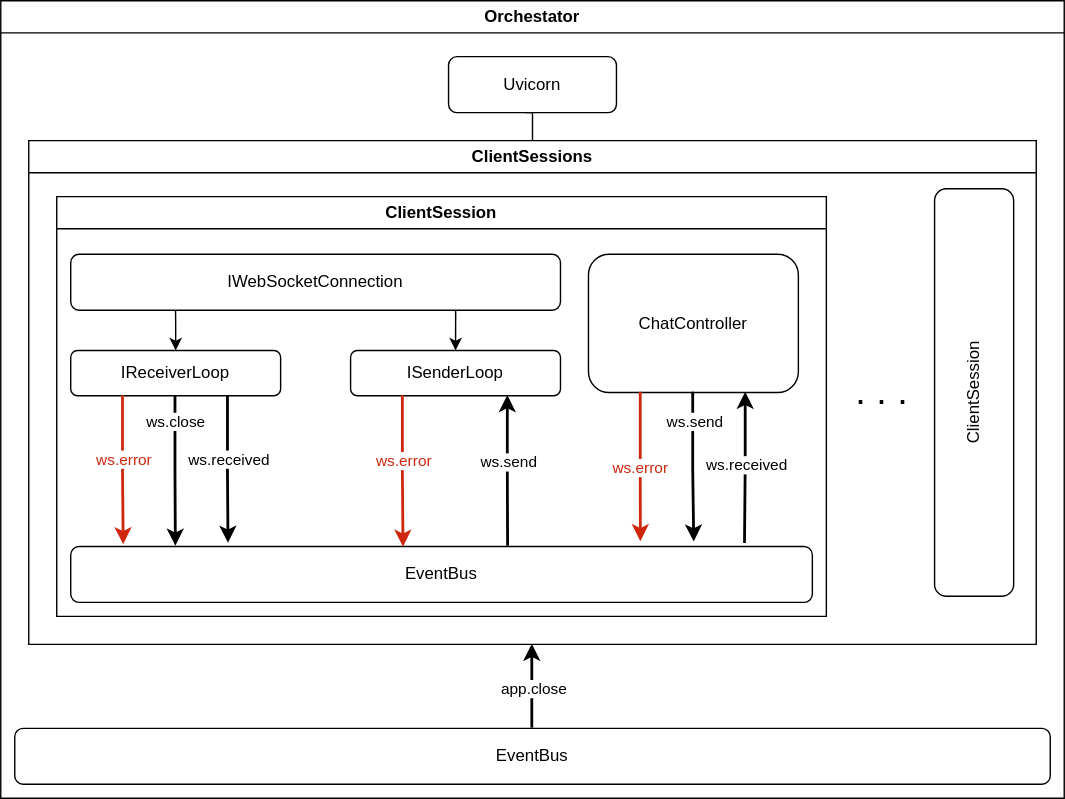
Earlier version of the draw.io export nyx/services/orchestator/docs/diagrams/Orchestator_Structure.svg (P4blo003/nyx). Source tidied: cells renumbered, new cells last; positions are measured from the earlier drawing's top-left corner, leaving out a move shared by most shapes. Source of this version:
```xml
<mxGraphModel>
  <root>
    <mxCell id="0" />
    <mxCell id="1" parent="0" />
    <mxCell id="2" value="Orchestator" style="swimlane;whiteSpace=wrap;html=1;" parent="1" vertex="1">
      <mxGeometry width="760" height="570" as="geometry" />
    </mxCell>
    <mxCell id="3" value="Uvicorn" style="rounded=1;whiteSpace=wrap;html=1;" parent="2" vertex="1">
      <mxGeometry x="320" y="40" width="120" height="40" as="geometry" />
    </mxCell>
    <mxCell id="4" value="ClientSessions" style="swimlane;whiteSpace=wrap;html=1;" parent="2" vertex="1">
      <mxGeometry x="20" y="100" width="720" height="360" as="geometry" />
    </mxCell>
    <mxCell id="5" value="ClientSession" style="swimlane;whiteSpace=wrap;html=1;startSize=23;" parent="4" vertex="1">
      <mxGeometry x="20" y="40" width="550" height="300" as="geometry" />
    </mxCell>
    <mxCell id="6" value="IWebSocketConnection" style="rounded=1;whiteSpace=wrap;html=1;" parent="5" vertex="1">
      <mxGeometry x="10" y="41.2" width="350" height="40" as="geometry" />
    </mxCell>
    <mxCell id="7" value="IReceiverLoop" style="rounded=1;whiteSpace=wrap;html=1;" parent="5" vertex="1">
      <mxGeometry x="10" y="110" width="150" height="32.3" as="geometry" />
    </mxCell>
    <mxCell id="8" style="edgeStyle=orthogonalEdgeStyle;rounded=0;jettySize=auto;html=1;endArrow=none;endFill=0;startArrow=classic;startFill=1;entryX=0.214;entryY=0.995;entryDx=0;entryDy=0;entryPerimeter=0;" parent="5" edge="1" source="7" target="6">
      <mxGeometry relative="1" as="geometry" />
    </mxCell>
    <mxCell id="9" value="EventBus" style="rounded=1;whiteSpace=wrap;html=1;" parent="5" vertex="1">
      <mxGeometry x="10" y="250" width="530" height="40" as="geometry" />
    </mxCell>
    <mxCell id="10" style="edgeStyle=orthogonalEdgeStyle;rounded=0;jettySize=auto;html=1;exitX=0.25;exitY=1;exitDx=0;exitDy=0;strokeWidth=2;fillColor=#a20025;strokeColor=#CE270D;" parent="5" edge="1" source="7">
      <mxGeometry relative="1" as="geometry">
        <mxPoint x="48" y="249" as="targetPoint" />
      </mxGeometry>
    </mxCell>
    <mxCell id="11" value="ws.error" style="edgeLabel;html=1;align=center;verticalAlign=middle;fontColor=#CE270D;" parent="10" vertex="1">
      <mxGeometry x="-0.16" relative="1" as="geometry" />
    </mxCell>
    <mxCell id="12" style="edgeStyle=orthogonalEdgeStyle;rounded=0;jettySize=auto;html=1;entryX=0.213;entryY=-0.051;entryDx=0;entryDy=0;exitX=0.75;exitY=1;exitDx=0;exitDy=0;strokeWidth=2;entryPerimeter=0;" parent="5" edge="1" source="7" target="9">
      <mxGeometry relative="1" as="geometry" />
    </mxCell>
    <mxCell id="13" value="ws.received" style="edgeLabel;html=1;align=center;verticalAlign=middle;" parent="12" vertex="1">
      <mxGeometry x="-0.15" relative="1" as="geometry" />
    </mxCell>
    <mxCell id="14" value="ISenderLoop" style="rounded=1;whiteSpace=wrap;html=1;" parent="5" vertex="1">
      <mxGeometry x="210" y="110" width="150" height="32.3" as="geometry" />
    </mxCell>
    <mxCell id="15" style="edgeStyle=orthogonalEdgeStyle;rounded=0;jettySize=auto;html=1;endArrow=none;endFill=0;startArrow=classic;startFill=1;exitX=0.5;exitY=0;exitDx=0;exitDy=0;entryX=0.786;entryY=1.01;entryDx=0;entryDy=0;entryPerimeter=0;" parent="5" edge="1" source="14" target="6">
      <mxGeometry relative="1" as="geometry" />
    </mxCell>
    <mxCell id="16" style="edgeStyle=orthogonalEdgeStyle;rounded=0;jettySize=auto;html=1;entryX=0.142;entryY=0;entryDx=0;entryDy=0;entryPerimeter=0;strokeWidth=2;" parent="5" edge="1" source="7" target="9">
      <mxGeometry relative="1" as="geometry" />
    </mxCell>
    <mxCell id="17" value="ws.close" style="edgeLabel;html=1;align=center;verticalAlign=middle;" parent="16" vertex="1">
      <mxGeometry x="-0.66" y="-1" relative="1" as="geometry" />
    </mxCell>
    <mxCell id="18" style="edgeStyle=orthogonalEdgeStyle;rounded=0;jettySize=auto;html=1;exitX=0.75;exitY=1;exitDx=0;exitDy=0;entryX=0.59;entryY=0;entryDx=0;entryDy=0;entryPerimeter=0;strokeWidth=2;startArrow=classic;startFill=1;endArrow=none;endFill=0;" parent="5" edge="1" source="14" target="9">
      <mxGeometry relative="1" as="geometry" />
    </mxCell>
    <mxCell id="19" value="ws.send" style="edgeLabel;html=1;align=center;verticalAlign=middle;" parent="18" vertex="1">
      <mxGeometry x="-0.13" relative="1" as="geometry" />
    </mxCell>
    <mxCell id="20" style="edgeStyle=orthogonalEdgeStyle;rounded=0;jettySize=auto;html=1;exitX=0.25;exitY=1;exitDx=0;exitDy=0;strokeWidth=2;fillColor=#a20025;strokeColor=#CE270D;entryX=0.449;entryY=0.017;entryDx=0;entryDy=0;entryPerimeter=0;" parent="5" edge="1" source="14" target="9">
      <mxGeometry relative="1" as="geometry" />
    </mxCell>
    <mxCell id="21" value="ws.error" style="edgeLabel;html=1;align=center;verticalAlign=middle;fontColor=#CE270D;" parent="20" vertex="1">
      <mxGeometry x="-0.16" relative="1" as="geometry" />
    </mxCell>
    <mxCell id="22" value="ChatController" style="rounded=1;whiteSpace=wrap;html=1;" parent="5" vertex="1">
      <mxGeometry x="380" y="41.2" width="150" height="98.8" as="geometry" />
    </mxCell>
    <mxCell id="23" style="edgeStyle=orthogonalEdgeStyle;rounded=0;jettySize=auto;html=1;entryX=0.769;entryY=-0.079;entryDx=0;entryDy=0;entryPerimeter=0;exitX=0.25;exitY=1;exitDx=0;exitDy=0;strokeWidth=2;fillColor=#a20025;strokeColor=#CE270D;" parent="5" edge="1" source="22" target="9">
      <mxGeometry relative="1" as="geometry" />
    </mxCell>
    <mxCell id="24" value="&lt;font style=&quot;color: rgb(206, 39, 13);&quot;&gt;ws.error&lt;/font&gt;" style="edgeLabel;html=1;align=center;verticalAlign=middle;" parent="23" vertex="1">
      <mxGeometry x="-0.03" y="-1" relative="1" as="geometry">
        <mxPoint y="1" as="offset" />
      </mxGeometry>
    </mxCell>
    <mxCell id="25" style="edgeStyle=orthogonalEdgeStyle;rounded=0;jettySize=auto;html=1;exitX=0.75;exitY=1;exitDx=0;exitDy=0;startArrow=classic;startFill=1;endArrow=none;endFill=0;strokeWidth=2;" parent="5" edge="1" source="22">
      <mxGeometry relative="1" as="geometry">
        <mxPoint x="492" y="248" as="targetPoint" />
      </mxGeometry>
    </mxCell>
    <mxCell id="26" value="ws.received" style="edgeLabel;html=1;align=center;verticalAlign=middle;" parent="25" vertex="1">
      <mxGeometry x="-0.07" relative="1" as="geometry" />
    </mxCell>
    <mxCell id="27" style="edgeStyle=orthogonalEdgeStyle;rounded=0;jettySize=auto;html=1;entryX=0.841;entryY=-0.074;entryDx=0;entryDy=0;entryPerimeter=0;strokeWidth=2;" parent="5" edge="1" source="22" target="9">
      <mxGeometry relative="1" as="geometry" />
    </mxCell>
    <mxCell id="28" value="ws.send" style="edgeLabel;html=1;align=center;verticalAlign=middle;" parent="27" vertex="1">
      <mxGeometry x="-0.63" relative="1" as="geometry" />
    </mxCell>
    <mxCell id="29" value="ClientSession" style="rounded=1;whiteSpace=wrap;html=1;rotation=-90;" parent="4" vertex="1">
      <mxGeometry x="530" y="151.7" width="291.2" height="56.5" as="geometry" />
    </mxCell>
    <mxCell id="30" value=". . ." style="text;html=1;whiteSpace=wrap;strokeColor=none;fillColor=none;align=center;verticalAlign=middle;rounded=0;strokeWidth=1;fontSize=27;" parent="4" vertex="1">
      <mxGeometry x="580" y="167.5" width="60" height="25" as="geometry" />
    </mxCell>
    <mxCell id="31" style="edgeStyle=orthogonalEdgeStyle;rounded=0;jettySize=auto;html=1;entryX=0.457;entryY=1.022;entryDx=0;entryDy=0;entryPerimeter=0;endArrow=none;endFill=0;" parent="2" edge="1" source="4" target="3">
      <mxGeometry relative="1" as="geometry" />
    </mxCell>
    <mxCell id="32" style="edgeStyle=orthogonalEdgeStyle;rounded=0;jettySize=auto;html=1;entryX=0.5;entryY=1;entryDx=0;entryDy=0;strokeWidth=2;" parent="1" edge="1" source="34" target="4">
      <mxGeometry relative="1" as="geometry" />
    </mxCell>
    <mxCell id="33" value="app.close" style="edgeLabel;html=1;align=center;verticalAlign=middle;" parent="32" vertex="1">
      <mxGeometry x="-0.02" relative="1" as="geometry" />
    </mxCell>
    <mxCell id="34" value="EventBus" style="rounded=1;whiteSpace=wrap;html=1;" parent="1" vertex="1">
      <mxGeometry x="10" y="520" width="740" height="40" as="geometry" />
    </mxCell>
  </root>
</mxGraphModel>
```
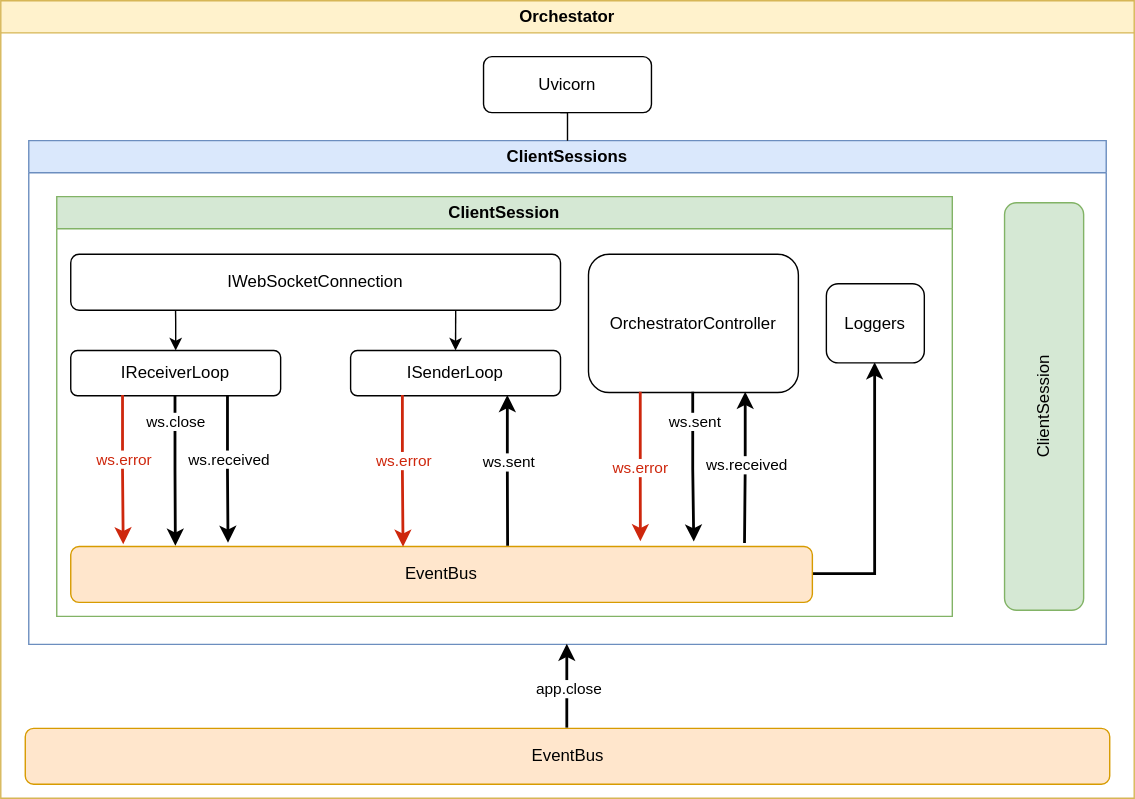
Above is the later version.

Commit message:
docs (nyx): Update general and orchestrator architecture diagrams.

Diff of the diagram source:
```diff
@@ -2,17 +2,17 @@
   <root>
     <mxCell id="0" />
     <mxCell id="1" parent="0" />
-    <mxCell id="2" value="Orchestator" style="swimlane;whiteSpace=wrap;html=1;" parent="1" vertex="1">
-      <mxGeometry width="760" height="570" as="geometry" />
+    <mxCell id="2" value="Orchestator" style="swimlane;whiteSpace=wrap;html=1;fillColor=#fff2cc;strokeColor=#d6b656;" parent="1" vertex="1">
+      <mxGeometry width="810" height="570" as="geometry" />
     </mxCell>
     <mxCell id="3" value="Uvicorn" style="rounded=1;whiteSpace=wrap;html=1;" parent="2" vertex="1">
-      <mxGeometry x="320" y="40" width="120" height="40" as="geometry" />
+      <mxGeometry x="345" y="40" width="120" height="40" as="geometry" />
     </mxCell>
-    <mxCell id="4" value="ClientSessions" style="swimlane;whiteSpace=wrap;html=1;" parent="2" vertex="1">
-      <mxGeometry x="20" y="100" width="720" height="360" as="geometry" />
+    <mxCell id="4" value="ClientSessions" style="swimlane;whiteSpace=wrap;html=1;fillColor=#dae8fc;strokeColor=#6c8ebf;" parent="2" vertex="1">
+      <mxGeometry x="20" y="100" width="770" height="360" as="geometry" />
     </mxCell>
-    <mxCell id="5" value="ClientSession" style="swimlane;whiteSpace=wrap;html=1;startSize=23;" parent="4" vertex="1">
-      <mxGeometry x="20" y="40" width="550" height="300" as="geometry" />
+    <mxCell id="5" value="ClientSession" style="swimlane;whiteSpace=wrap;html=1;startSize=23;fillColor=#d5e8d4;strokeColor=#82b366;" parent="4" vertex="1">
+      <mxGeometry x="20" y="40" width="640" height="300" as="geometry" />
     </mxCell>
     <mxCell id="6" value="IWebSocketConnection" style="rounded=1;whiteSpace=wrap;html=1;" parent="5" vertex="1">
       <mxGeometry x="10" y="41.2" width="350" height="40" as="geometry" />
@@ -23,7 +23,10 @@
     <mxCell id="8" style="edgeStyle=orthogonalEdgeStyle;rounded=0;jettySize=auto;html=1;endArrow=none;endFill=0;startArrow=classic;startFill=1;entryX=0.214;entryY=0.995;entryDx=0;entryDy=0;entryPerimeter=0;" parent="5" edge="1" source="7" target="6">
       <mxGeometry relative="1" as="geometry" />
     </mxCell>
+    <mxCell id="35" style="edgeStyle=orthogonalEdgeStyle;rounded=0;jettySize=auto;html=1;entryX=0.5;entryY=1;entryDx=0;entryDy=0;strokeWidth=2;" parent="5" edge="1" source="9" target="36">
+      <mxGeometry relative="1" as="geometry" />
+    </mxCell>
-    <mxCell id="9" value="EventBus" style="rounded=1;whiteSpace=wrap;html=1;" parent="5" vertex="1">
+    <mxCell id="9" value="EventBus" style="rounded=1;whiteSpace=wrap;html=1;fillColor=#ffe6cc;strokeColor=#d79b00;" parent="5" vertex="1">
       <mxGeometry x="10" y="250" width="530" height="40" as="geometry" />
     </mxCell>
     <mxCell id="10" style="edgeStyle=orthogonalEdgeStyle;rounded=0;jettySize=auto;html=1;exitX=0.25;exitY=1;exitDx=0;exitDy=0;strokeWidth=2;fillColor=#a20025;strokeColor=#CE270D;" parent="5" edge="1" source="7">
@@ -55,7 +58,7 @@
     <mxCell id="18" style="edgeStyle=orthogonalEdgeStyle;rounded=0;jettySize=auto;html=1;exitX=0.75;exitY=1;exitDx=0;exitDy=0;entryX=0.59;entryY=0;entryDx=0;entryDy=0;entryPerimeter=0;strokeWidth=2;startArrow=classic;startFill=1;endArrow=none;endFill=0;" parent="5" edge="1" source="14" target="9">
       <mxGeometry relative="1" as="geometry" />
     </mxCell>
-    <mxCell id="19" value="ws.send" style="edgeLabel;html=1;align=center;verticalAlign=middle;" parent="18" vertex="1">
+    <mxCell id="19" value="ws.sent" style="edgeLabel;html=1;align=center;verticalAlign=middle;" parent="18" vertex="1">
       <mxGeometry x="-0.13" relative="1" as="geometry" />
     </mxCell>
     <mxCell id="20" style="edgeStyle=orthogonalEdgeStyle;rounded=0;jettySize=auto;html=1;exitX=0.25;exitY=1;exitDx=0;exitDy=0;strokeWidth=2;fillColor=#a20025;strokeColor=#CE270D;entryX=0.449;entryY=0.017;entryDx=0;entryDy=0;entryPerimeter=0;" parent="5" edge="1" source="14" target="9">
@@ -64,7 +67,7 @@
     <mxCell id="21" value="ws.error" style="edgeLabel;html=1;align=center;verticalAlign=middle;fontColor=#CE270D;" parent="20" vertex="1">
       <mxGeometry x="-0.16" relative="1" as="geometry" />
     </mxCell>
-    <mxCell id="22" value="ChatController" style="rounded=1;whiteSpace=wrap;html=1;" parent="5" vertex="1">
+    <mxCell id="22" value="OrchestratorController" style="rounded=1;whiteSpace=wrap;html=1;" parent="5" vertex="1">
       <mxGeometry x="380" y="41.2" width="150" height="98.8" as="geometry" />
     </mxCell>
     <mxCell id="23" style="edgeStyle=orthogonalEdgeStyle;rounded=0;jettySize=auto;html=1;entryX=0.769;entryY=-0.079;entryDx=0;entryDy=0;entryPerimeter=0;exitX=0.25;exitY=1;exitDx=0;exitDy=0;strokeWidth=2;fillColor=#a20025;strokeColor=#CE270D;" parent="5" edge="1" source="22" target="9">
@@ -86,26 +89,26 @@
     <mxCell id="27" style="edgeStyle=orthogonalEdgeStyle;rounded=0;jettySize=auto;html=1;entryX=0.841;entryY=-0.074;entryDx=0;entryDy=0;entryPerimeter=0;strokeWidth=2;" parent="5" edge="1" source="22" target="9">
       <mxGeometry relative="1" as="geometry" />
     </mxCell>
-    <mxCell id="28" value="ws.send" style="edgeLabel;html=1;align=center;verticalAlign=middle;" parent="27" vertex="1">
+    <mxCell id="28" value="ws.sent" style="edgeLabel;html=1;align=center;verticalAlign=middle;" parent="27" vertex="1">
       <mxGeometry x="-0.63" relative="1" as="geometry" />
     </mxCell>
+    <mxCell id="36" value="Loggers" style="rounded=1;whiteSpace=wrap;html=1;" parent="5" vertex="1">
+      <mxGeometry x="550" y="62.3" width="70" height="56.5" as="geometry" />
+    </mxCell>
-    <mxCell id="29" value="ClientSession" style="rounded=1;whiteSpace=wrap;html=1;rotation=-90;" parent="4" vertex="1">
-      <mxGeometry x="530" y="151.7" width="291.2" height="56.5" as="geometry" />
+    <mxCell id="29" value="ClientSession" style="rounded=1;whiteSpace=wrap;html=1;rotation=-90;fillColor=#d5e8d4;strokeColor=#82b366;" parent="4" vertex="1">
+      <mxGeometry x="580" y="161.7" width="291.2" height="56.5" as="geometry" />
     </mxCell>
-    <mxCell id="30" value=". . ." style="text;html=1;whiteSpace=wrap;strokeColor=none;fillColor=none;align=center;verticalAlign=middle;rounded=0;strokeWidth=1;fontSize=27;" parent="4" vertex="1">
-      <mxGeometry x="580" y="167.5" width="60" height="25" as="geometry" />
-    </mxCell>
     <mxCell id="31" style="edgeStyle=orthogonalEdgeStyle;rounded=0;jettySize=auto;html=1;entryX=0.457;entryY=1.022;entryDx=0;entryDy=0;entryPerimeter=0;endArrow=none;endFill=0;" parent="2" edge="1" source="4" target="3">
       <mxGeometry relative="1" as="geometry" />
     </mxCell>
+    <mxCell id="34" value="EventBus" style="rounded=1;whiteSpace=wrap;html=1;fillColor=#ffe6cc;strokeColor=#d79b00;" parent="2" vertex="1">
+      <mxGeometry x="17.5" y="520" width="775" height="40" as="geometry" />
+    </mxCell>
-    <mxCell id="32" style="edgeStyle=orthogonalEdgeStyle;rounded=0;jettySize=auto;html=1;entryX=0.5;entryY=1;entryDx=0;entryDy=0;strokeWidth=2;" parent="1" edge="1" source="34" target="4">
+    <mxCell id="32" style="edgeStyle=orthogonalEdgeStyle;rounded=0;jettySize=auto;html=1;strokeWidth=2;entryX=0.5;entryY=1;entryDx=0;entryDy=0;exitX=0.5;exitY=0;exitDx=0;exitDy=0;" parent="2" edge="1" source="34" target="4">
       <mxGeometry relative="1" as="geometry" />
     </mxCell>
     <mxCell id="33" value="app.close" style="edgeLabel;html=1;align=center;verticalAlign=middle;" parent="32" vertex="1">
       <mxGeometry x="-0.02" relative="1" as="geometry" />
     </mxCell>
-    <mxCell id="34" value="EventBus" style="rounded=1;whiteSpace=wrap;html=1;" parent="1" vertex="1">
-      <mxGeometry x="10" y="520" width="740" height="40" as="geometry" />
-    </mxCell>
   </root>
 </mxGraphModel>
```
